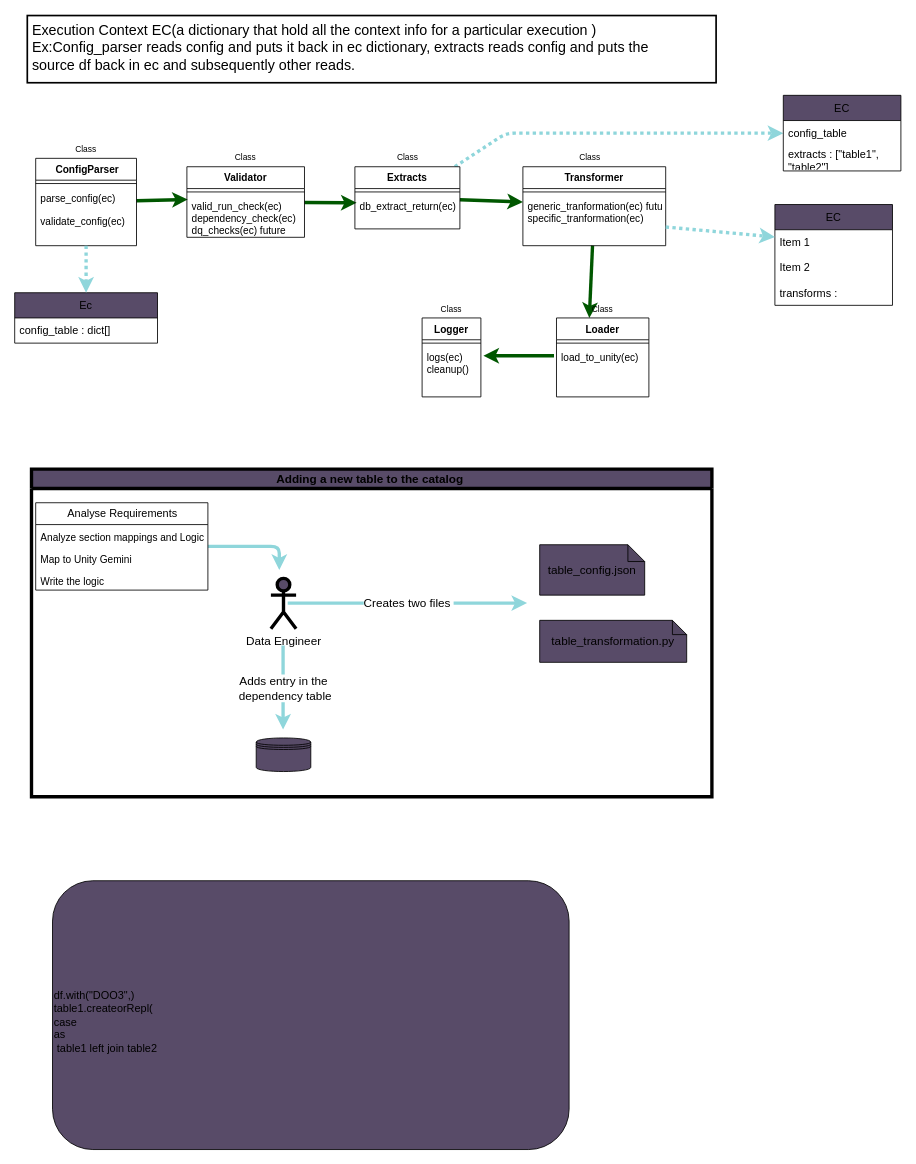
ChVikash/SMAPI keeps this draw.io diagram as cfw.drawio. Above is the earlier version. Source tidied: cells renumbered, new cells numbered last; positions are measured from the earlier drawing's top-left corner, leaving out a move shared by most shapes. Both pictures are drawn from the tidied source at 84%, with x=0, y=0 at pixel (14, 15).
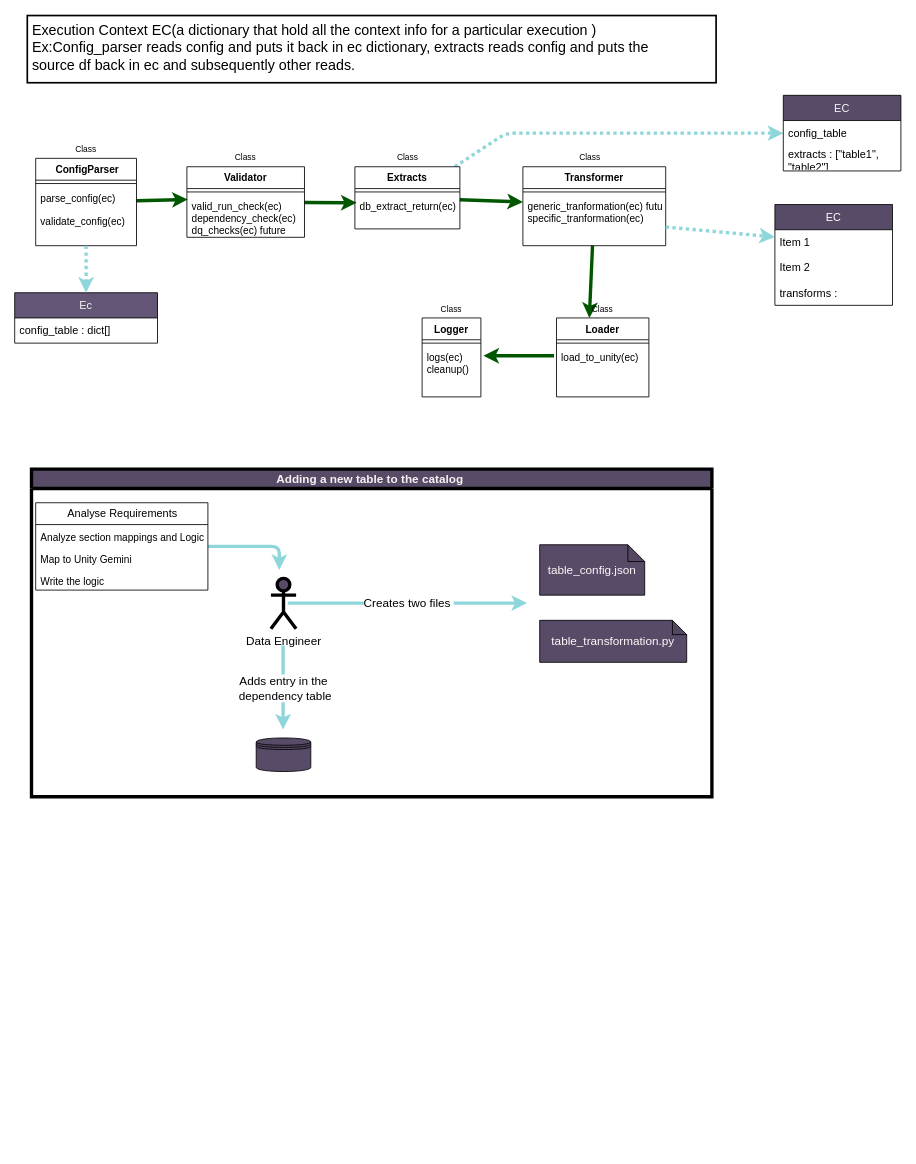
The same page after the edit.

The edit, as a diff of the source:
```diff
@@
-    <mxCell id="34" value="&lt;font style=&quot;font-size: 14px;&quot;&gt;Adding a new table to the catalog&amp;nbsp;&lt;/font&gt;" style="swimlane;whiteSpace=wrap;html=1;strokeWidth=4;fontSize=10;fillColor=#584b68;" parent="1" vertex="1">
+    <mxCell id="34" value="&lt;font color=&quot;#f7f2f2&quot; style=&quot;font-size: 14px;&quot;&gt;Adding a new table to the catalog&amp;nbsp;&lt;/font&gt;" style="swimlane;whiteSpace=wrap;html=1;strokeWidth=4;fontSize=10;fillColor=#584b68;" parent="1" vertex="1">
       <mxGeometry x="20" y="540" width="810" height="390" as="geometry" />
     </mxCell>
@@
-    <mxCell id="38" value="table_config.json" style="shape=note;whiteSpace=wrap;html=1;backgroundOutline=1;darkOpacity=0.05;strokeWidth=1;fontSize=14;fillColor=#584b68;size=20;" parent="34" vertex="1">
+    <mxCell id="38" value="&lt;font color=&quot;#fdf6f6&quot;&gt;table_config.json&lt;/font&gt;" style="shape=note;whiteSpace=wrap;html=1;backgroundOutline=1;darkOpacity=0.05;strokeWidth=1;fontSize=14;fillColor=#584b68;size=20;" parent="34" vertex="1">
       <mxGeometry x="605" y="90" width="125" height="60" as="geometry" />
     </mxCell>
-    <mxCell id="39" value="table_transformation.py" style="shape=note;whiteSpace=wrap;html=1;backgroundOutline=1;darkOpacity=0.05;strokeWidth=1;fontSize=14;fillColor=#584b68;size=17;" parent="34" vertex="1">
+    <mxCell id="39" value="&lt;font color=&quot;#fffafa&quot;&gt;table_transformation.py&lt;/font&gt;" style="shape=note;whiteSpace=wrap;html=1;backgroundOutline=1;darkOpacity=0.05;strokeWidth=1;fontSize=14;fillColor=#584b68;size=17;" parent="34" vertex="1">
       <mxGeometry x="605" y="180" width="175" height="50" as="geometry" />
     </mxCell>
@@
-    <mxCell id="48" value="Ec" style="swimlane;fontStyle=0;horizontal=1;startSize=30;whiteSpace=wrap;html=1;strokeWidth=1;fontSize=13;fillColor=#584b68;" parent="1" vertex="1">
+    <mxCell id="48" value="&lt;font color=&quot;#f2f2f2&quot;&gt;Ec&lt;/font&gt;" style="swimlane;fontStyle=0;horizontal=1;startSize=30;whiteSpace=wrap;html=1;strokeWidth=1;fontSize=13;fillColor=#645676;" parent="1" vertex="1">
       <mxGeometry y="330" width="170" height="60" as="geometry" />
     </mxCell>
@@
-    <mxCell id="50" value="EC" style="swimlane;fontStyle=0;horizontal=1;startSize=30;whiteSpace=wrap;html=1;strokeWidth=1;fontSize=13;fillColor=#584b68;" parent="1" vertex="1">
+    <mxCell id="50" value="&lt;font color=&quot;#f8f7f7&quot;&gt;EC&lt;/font&gt;" style="swimlane;fontStyle=0;horizontal=1;startSize=30;whiteSpace=wrap;html=1;strokeWidth=1;fontSize=13;fillColor=#584b68;" parent="1" vertex="1">
       <mxGeometry x="915" y="95" width="140" height="90" as="geometry" />
     </mxCell>
@@
-    <mxCell id="53" value="EC" style="swimlane;fontStyle=0;horizontal=1;startSize=30;whiteSpace=wrap;html=1;strokeWidth=1;fontSize=13;fillColor=#584b68;" parent="1" vertex="1">
+    <mxCell id="53" value="&lt;font color=&quot;#ffffff&quot;&gt;EC&lt;/font&gt;" style="swimlane;fontStyle=0;horizontal=1;startSize=30;whiteSpace=wrap;html=1;strokeWidth=1;fontSize=13;fillColor=#584b68;" parent="1" vertex="1">
       <mxGeometry x="905" y="225" width="140" height="120" as="geometry" />
     </mxCell>
@@
-    <mxCell id="58" value="&lt;div style=&quot;&quot;&gt;&lt;br&gt;&lt;/div&gt;&lt;div style=&quot;&quot;&gt;df.with(&quot;DOO3&quot;,)&lt;/div&gt;&lt;div style=&quot;&quot;&gt;table1.createorRepl(&lt;/div&gt;&lt;div style=&quot;&quot;&gt;case&amp;nbsp;&lt;/div&gt;&lt;div style=&quot;&quot;&gt;&lt;span style=&quot;background-color: initial;&quot;&gt;as&amp;nbsp;&lt;/span&gt;&lt;/div&gt;&lt;div style=&quot;&quot;&gt;&amp;nbsp;table1 left join table2&amp;nbsp;&lt;/div&gt;" style="rounded=1;whiteSpace=wrap;html=1;strokeWidth=1;fontSize=13;fillColor=#584b68;align=left;" parent="1" vertex="1">
-      <mxGeometry x="45" y="1030" width="615" height="320" as="geometry" />
-    </mxCell>
```
